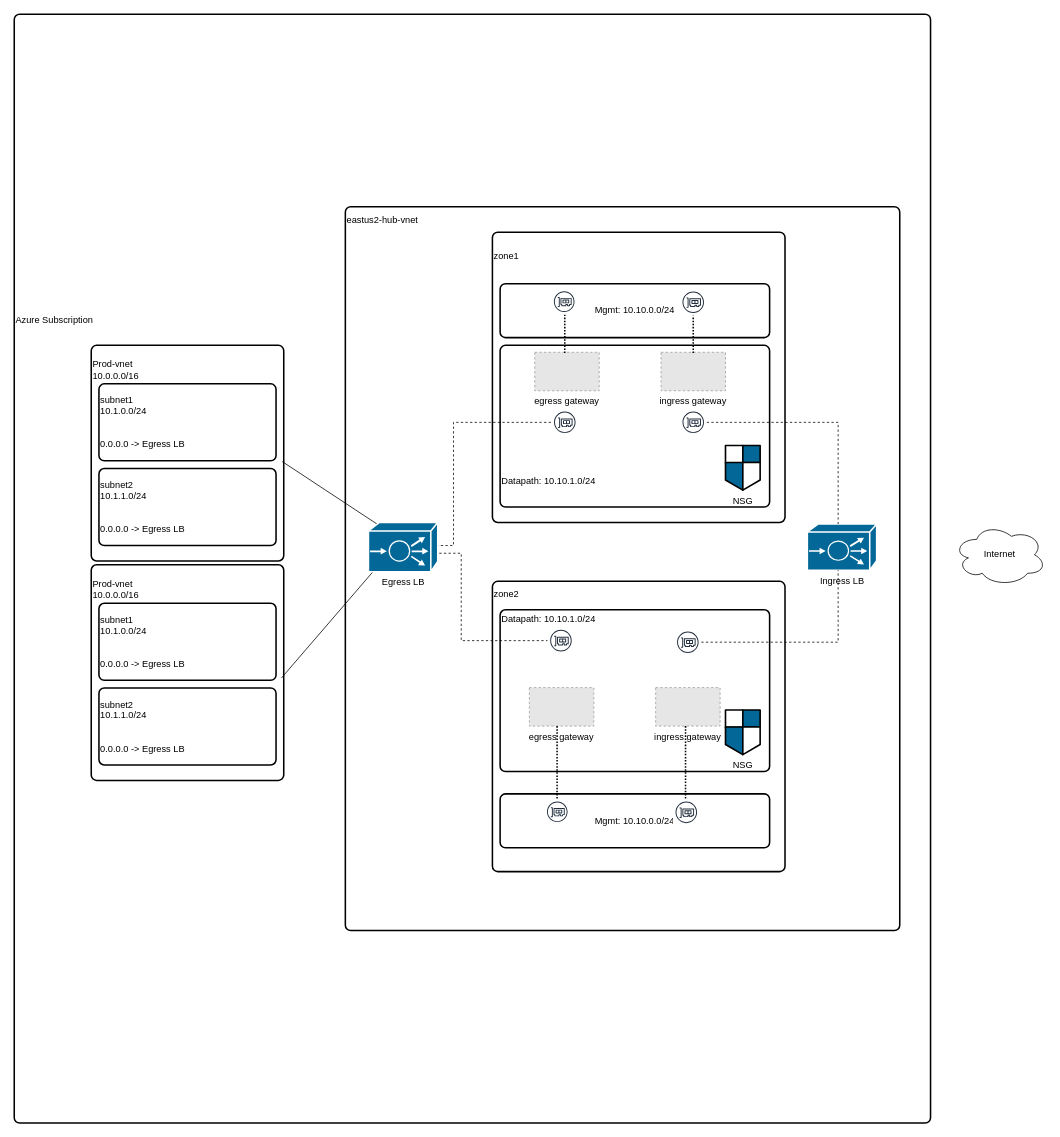
The draw.io diagram page "Azure-v1" (1 of 5) of cisco-mcd-customer-x-v1.drawio in vagner-instructor/topologies, before the edit. Source tidied: cells renumbered, new cells numbered last; positions are measured from the earlier drawing's top-left corner, leaving out a move shared by most shapes. Both pictures are drawn from the tidied source at 77%, with x=0, y=0 at pixel (14, 14). Pictures stored in the file or linked from it are replaced by grey dashed boxes.
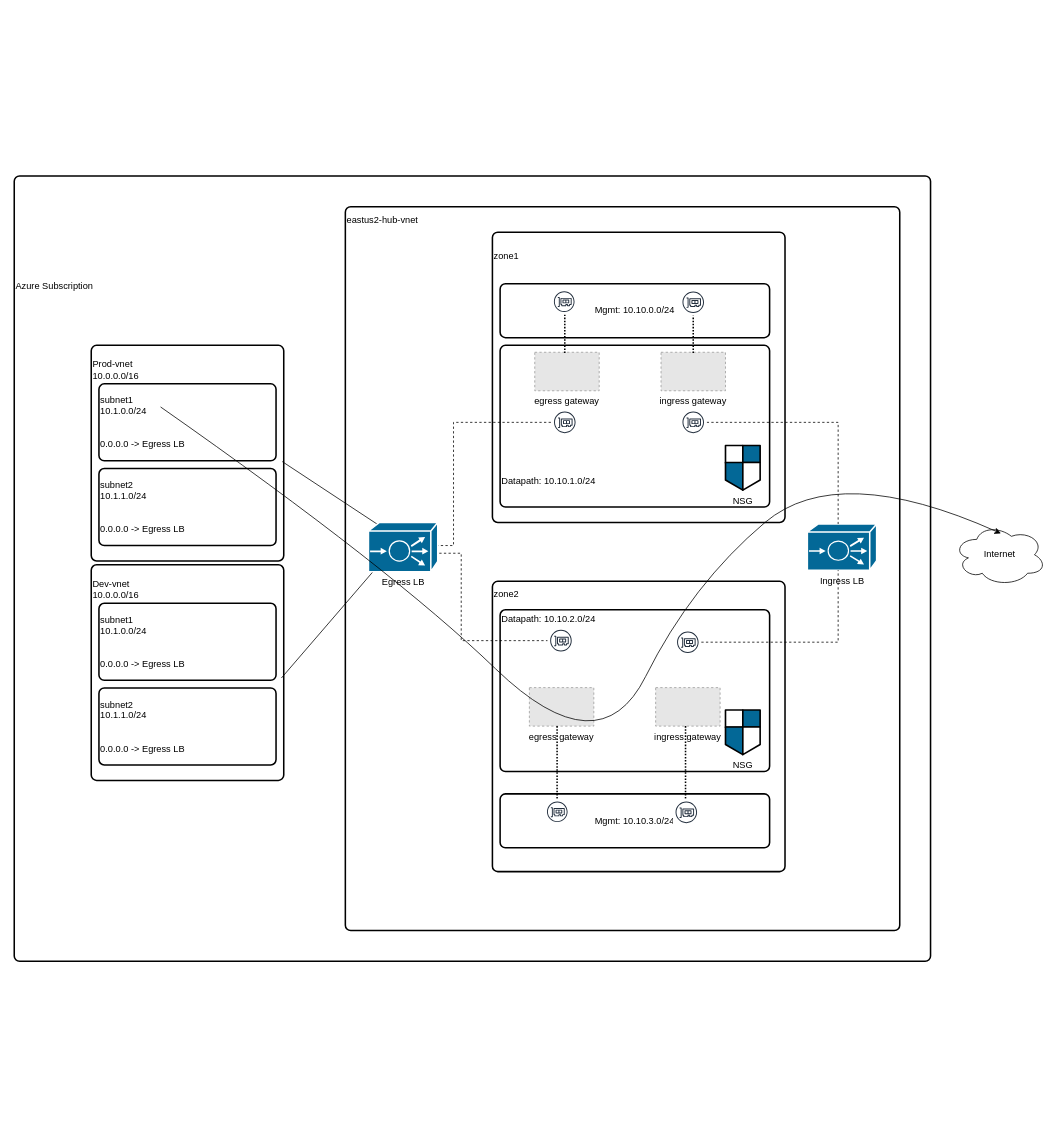
The same page after the edit.

The change refers to these unchanged cells:
```xml
<mxCell id="4" value="subnet1&lt;div&gt;10.1.0.0/24&lt;/div&gt;&lt;div&gt;&lt;br&gt;&lt;/div&gt;&lt;div&gt;&lt;br&gt;&lt;/div&gt;&lt;div&gt;0.0.0.0 -&amp;gt; Egress LB&lt;/div&gt;" style="rounded=1;whiteSpace=wrap;html=1;absoluteArcSize=1;arcSize=14;strokeWidth=2;align=left;" parent="1" vertex="1">
  <mxGeometry x="110" y="480" width="230" height="100" as="geometry" />
</mxCell>
<mxCell id="28" value="Internet" style="ellipse;shape=cloud;whiteSpace=wrap;html=1;" parent="1" vertex="1">
  <mxGeometry x="1220" y="662" width="120" height="80" as="geometry" />
</mxCell>
```

The edit, as a diff of the source:
```diff
@@
-    <mxCell id="2" value="Azure Subscription&lt;div&gt;&lt;br&gt;&lt;/div&gt;&lt;div&gt;&lt;br&gt;&lt;/div&gt;&lt;div&gt;&lt;br&gt;&lt;/div&gt;&lt;div&gt;&lt;br&gt;&lt;/div&gt;&lt;div&gt;&lt;br&gt;&lt;/div&gt;&lt;div&gt;&lt;br&gt;&lt;/div&gt;&lt;div&gt;&lt;br&gt;&lt;/div&gt;&lt;div&gt;&lt;br&gt;&lt;/div&gt;&lt;div&gt;&lt;br&gt;&lt;/div&gt;&lt;div&gt;&lt;br&gt;&lt;/div&gt;&lt;div&gt;&lt;br&gt;&lt;/div&gt;&lt;div&gt;&lt;br&gt;&lt;/div&gt;&lt;div&gt;&lt;br&gt;&lt;/div&gt;&lt;div&gt;&lt;br&gt;&lt;/div&gt;&lt;div&gt;&lt;br&gt;&lt;/div&gt;&lt;div&gt;&lt;br&gt;&lt;/div&gt;&lt;div&gt;&lt;br&gt;&lt;/div&gt;&lt;div&gt;&lt;br&gt;&lt;/div&gt;&lt;div&gt;&lt;br&gt;&lt;/div&gt;&lt;div&gt;&lt;br&gt;&lt;/div&gt;&lt;div&gt;&lt;br&gt;&lt;/div&gt;&lt;div&gt;&lt;br&gt;&lt;/div&gt;&lt;div&gt;&lt;br&gt;&lt;/div&gt;&lt;div&gt;&lt;br&gt;&lt;/div&gt;&lt;div&gt;&lt;br&gt;&lt;/div&gt;&lt;div&gt;&lt;br&gt;&lt;/div&gt;&lt;div&gt;&lt;br&gt;&lt;/div&gt;&lt;div&gt;&lt;br&gt;&lt;/div&gt;&lt;div&gt;&lt;br&gt;&lt;/div&gt;&lt;div&gt;&lt;br&gt;&lt;/div&gt;&lt;div&gt;&lt;br&gt;&lt;/div&gt;&lt;div&gt;&lt;br&gt;&lt;/div&gt;&lt;div&gt;&lt;br&gt;&lt;/div&gt;&lt;div&gt;&lt;br&gt;&lt;/div&gt;&lt;div&gt;&lt;br&gt;&lt;/div&gt;&lt;div&gt;&lt;br&gt;&lt;/div&gt;&lt;div&gt;&lt;br&gt;&lt;/div&gt;&lt;div&gt;&lt;br&gt;&lt;/div&gt;&lt;div&gt;&lt;br&gt;&lt;/div&gt;&lt;div&gt;&lt;br&gt;&lt;/div&gt;&lt;div&gt;&lt;br&gt;&lt;/div&gt;&lt;div&gt;&lt;br&gt;&lt;/div&gt;&lt;div&gt;&lt;br&gt;&lt;/div&gt;&lt;div&gt;&lt;br&gt;&lt;/div&gt;&lt;div&gt;&lt;br&gt;&lt;/div&gt;" style="rounded=1;whiteSpace=wrap;html=1;absoluteArcSize=1;arcSize=14;strokeWidth=2;align=left;" parent="1" vertex="1">
-      <mxGeometry width="1190" height="1440" as="geometry" />
+    <mxCell id="2" value="Azure Subscription&lt;div&gt;&lt;br&gt;&lt;/div&gt;&lt;div&gt;&lt;br&gt;&lt;/div&gt;&lt;div&gt;&lt;br&gt;&lt;/div&gt;&lt;div&gt;&lt;br&gt;&lt;/div&gt;&lt;div&gt;&lt;br&gt;&lt;/div&gt;&lt;div&gt;&lt;br&gt;&lt;/div&gt;&lt;div&gt;&lt;br&gt;&lt;/div&gt;&lt;div&gt;&lt;br&gt;&lt;/div&gt;&lt;div&gt;&lt;br&gt;&lt;/div&gt;&lt;div&gt;&lt;br&gt;&lt;/div&gt;&lt;div&gt;&lt;br&gt;&lt;/div&gt;&lt;div&gt;&lt;br&gt;&lt;/div&gt;&lt;div&gt;&lt;br&gt;&lt;/div&gt;&lt;div&gt;&lt;br&gt;&lt;/div&gt;&lt;div&gt;&lt;br&gt;&lt;/div&gt;&lt;div&gt;&lt;br&gt;&lt;/div&gt;&lt;div&gt;&lt;br&gt;&lt;/div&gt;&lt;div&gt;&lt;br&gt;&lt;/div&gt;&lt;div&gt;&lt;br&gt;&lt;/div&gt;&lt;div&gt;&lt;br&gt;&lt;/div&gt;&lt;div&gt;&lt;br&gt;&lt;/div&gt;&lt;div&gt;&lt;br&gt;&lt;/div&gt;&lt;div&gt;&lt;br&gt;&lt;/div&gt;&lt;div&gt;&lt;br&gt;&lt;/div&gt;&lt;div&gt;&lt;br&gt;&lt;/div&gt;&lt;div&gt;&lt;br&gt;&lt;/div&gt;&lt;div&gt;&lt;br&gt;&lt;/div&gt;&lt;div&gt;&lt;br&gt;&lt;/div&gt;&lt;div&gt;&lt;br&gt;&lt;/div&gt;&lt;div&gt;&lt;br&gt;&lt;/div&gt;&lt;div&gt;&lt;br&gt;&lt;/div&gt;&lt;div&gt;&lt;br&gt;&lt;/div&gt;&lt;div&gt;&lt;br&gt;&lt;/div&gt;&lt;div&gt;&lt;br&gt;&lt;/div&gt;&lt;div&gt;&lt;br&gt;&lt;/div&gt;&lt;div&gt;&lt;br&gt;&lt;/div&gt;&lt;div&gt;&lt;br&gt;&lt;/div&gt;&lt;div&gt;&lt;br&gt;&lt;/div&gt;&lt;div&gt;&lt;br&gt;&lt;/div&gt;&lt;div&gt;&lt;br&gt;&lt;/div&gt;&lt;div&gt;&lt;br&gt;&lt;/div&gt;&lt;div&gt;&lt;br&gt;&lt;/div&gt;&lt;div&gt;&lt;br&gt;&lt;/div&gt;&lt;div&gt;&lt;br&gt;&lt;/div&gt;&lt;div&gt;&lt;br&gt;&lt;/div&gt;&lt;div&gt;&lt;br&gt;&lt;/div&gt;&lt;div&gt;&lt;br&gt;&lt;/div&gt;&lt;div&gt;&lt;br&gt;&lt;/div&gt;&lt;div&gt;&lt;br&gt;&lt;/div&gt;&lt;div&gt;&lt;br&gt;&lt;/div&gt;&lt;div&gt;&lt;br&gt;&lt;/div&gt;" style="rounded=1;whiteSpace=wrap;html=1;absoluteArcSize=1;arcSize=14;strokeWidth=2;align=left;" parent="1" vertex="1">
+      <mxGeometry y="210" width="1190" height="1020" as="geometry" />
     </mxCell>
@@
-    <mxCell id="6" value="Prod-vnet&lt;div&gt;10.0.0.0/16&lt;/div&gt;&lt;div&gt;&lt;br&gt;&lt;/div&gt;&lt;div&gt;&lt;br&gt;&lt;/div&gt;&lt;div&gt;&lt;br&gt;&lt;/div&gt;&lt;div&gt;&lt;br&gt;&lt;/div&gt;&lt;div&gt;&lt;br&gt;&lt;/div&gt;&lt;div&gt;&amp;nbsp;&lt;/div&gt;&lt;div style=&quot;&quot;&gt;&lt;br&gt;&lt;/div&gt;&lt;div style=&quot;&quot;&gt;&lt;br&gt;&lt;/div&gt;&lt;div style=&quot;&quot;&gt;&lt;br&gt;&lt;/div&gt;&lt;div style=&quot;&quot;&gt;&lt;br&gt;&lt;/div&gt;&lt;div style=&quot;&quot;&gt;&lt;br&gt;&lt;/div&gt;&lt;div style=&quot;&quot;&gt;&lt;br&gt;&lt;/div&gt;&lt;div style=&quot;&quot;&gt;&lt;br&gt;&lt;/div&gt;&lt;div style=&quot;&quot;&gt;&lt;br&gt;&lt;/div&gt;&lt;div style=&quot;&quot;&gt;&lt;br&gt;&lt;/div&gt;" style="rounded=1;whiteSpace=wrap;html=1;absoluteArcSize=1;arcSize=14;strokeWidth=2;align=left;" parent="1" vertex="1">
+    <mxCell id="6" value="Dev-vnet&lt;div&gt;10.0.0.0/16&lt;/div&gt;&lt;div&gt;&lt;br&gt;&lt;/div&gt;&lt;div&gt;&lt;br&gt;&lt;/div&gt;&lt;div&gt;&lt;br&gt;&lt;/div&gt;&lt;div&gt;&lt;br&gt;&lt;/div&gt;&lt;div&gt;&lt;br&gt;&lt;/div&gt;&lt;div&gt;&amp;nbsp;&lt;/div&gt;&lt;div style=&quot;&quot;&gt;&lt;br&gt;&lt;/div&gt;&lt;div style=&quot;&quot;&gt;&lt;br&gt;&lt;/div&gt;&lt;div style=&quot;&quot;&gt;&lt;br&gt;&lt;/div&gt;&lt;div style=&quot;&quot;&gt;&lt;br&gt;&lt;/div&gt;&lt;div style=&quot;&quot;&gt;&lt;br&gt;&lt;/div&gt;&lt;div style=&quot;&quot;&gt;&lt;br&gt;&lt;/div&gt;&lt;div style=&quot;&quot;&gt;&lt;br&gt;&lt;/div&gt;&lt;div style=&quot;&quot;&gt;&lt;br&gt;&lt;/div&gt;&lt;div style=&quot;&quot;&gt;&lt;br&gt;&lt;/div&gt;" style="rounded=1;whiteSpace=wrap;html=1;absoluteArcSize=1;arcSize=14;strokeWidth=2;align=left;" parent="1" vertex="1">
       <mxGeometry x="100" y="715" width="250" height="280" as="geometry" />
     </mxCell>
@@
-    <mxCell id="30" value="Mgmt: 10.10.0.0/24" style="rounded=1;whiteSpace=wrap;html=1;absoluteArcSize=1;arcSize=14;strokeWidth=2;" parent="1" vertex="1">
+    <mxCell id="30" value="Mgmt: 10.10.3.0/24" style="rounded=1;whiteSpace=wrap;html=1;absoluteArcSize=1;arcSize=14;strokeWidth=2;" parent="1" vertex="1">
       <mxGeometry x="631" y="1012.5" width="350" height="70" as="geometry" />
     </mxCell>
-    <mxCell id="31" value="&lt;div&gt;&lt;br&gt;&lt;/div&gt;&lt;div&gt;&lt;br&gt;&lt;/div&gt;&lt;div&gt;&lt;br&gt;&lt;/div&gt;&lt;div&gt;&lt;br&gt;&lt;/div&gt;&lt;div&gt;&lt;br&gt;&lt;/div&gt;&lt;div&gt;&lt;br&gt;&lt;/div&gt;&lt;div&gt;&lt;br&gt;&lt;/div&gt;&lt;div&gt;&lt;br&gt;&lt;/div&gt;&lt;div&gt;&lt;br&gt;&lt;/div&gt;&lt;div&gt;&lt;span style=&quot;background-color: initial;&quot;&gt;Datapath: 10.10.&lt;/span&gt;&lt;span style=&quot;background-color: initial;&quot;&gt;1.0/24&lt;/span&gt;&lt;br&gt;&lt;/div&gt;&lt;div&gt;&lt;span style=&quot;background-color: initial;&quot;&gt;&lt;br&gt;&lt;/span&gt;&lt;/div&gt;&lt;div&gt;&lt;span style=&quot;background-color: initial;&quot;&gt;&lt;br&gt;&lt;/span&gt;&lt;/div&gt;&lt;div&gt;&lt;span style=&quot;background-color: initial;&quot;&gt;&lt;br&gt;&lt;/span&gt;&lt;/div&gt;&lt;div&gt;&lt;span style=&quot;background-color: initial;&quot;&gt;&lt;br&gt;&lt;/span&gt;&lt;/div&gt;&lt;div&gt;&lt;span style=&quot;background-color: initial;&quot;&gt;&lt;br&gt;&lt;/span&gt;&lt;/div&gt;&lt;div&gt;&lt;span style=&quot;background-color: initial;&quot;&gt;&lt;br&gt;&lt;/span&gt;&lt;/div&gt;&lt;div&gt;&lt;span style=&quot;background-color: initial;&quot;&gt;&lt;br&gt;&lt;/span&gt;&lt;/div&gt;&lt;div&gt;&lt;span style=&quot;background-color: initial;&quot;&gt;&lt;br&gt;&lt;/span&gt;&lt;/div&gt;&lt;div&gt;&lt;span style=&quot;background-color: initial;&quot;&gt;&lt;br&gt;&lt;/span&gt;&lt;/div&gt;&lt;div&gt;&lt;span style=&quot;background-color: initial;&quot;&gt;&lt;br&gt;&lt;/span&gt;&lt;/div&gt;&lt;div&gt;&lt;span style=&quot;background-color: initial;&quot;&gt;&lt;br&gt;&lt;/span&gt;&lt;/div&gt;&lt;div&gt;&lt;span style=&quot;background-color: initial;&quot;&gt;&lt;br&gt;&lt;/span&gt;&lt;/div&gt;&lt;div&gt;&lt;span style=&quot;background-color: initial;&quot;&gt;&lt;br&gt;&lt;/span&gt;&lt;/div&gt;&lt;div&gt;&lt;span style=&quot;background-color: initial;&quot;&gt;&lt;br&gt;&lt;/span&gt;&lt;/div&gt;&lt;div&gt;&lt;span style=&quot;background-color: initial;&quot;&gt;&lt;br&gt;&lt;/span&gt;&lt;/div&gt;&lt;div&gt;&lt;span style=&quot;background-color: initial;&quot;&gt;&lt;br&gt;&lt;/span&gt;&lt;/div&gt;&lt;div&gt;&lt;span style=&quot;background-color: initial;&quot;&gt;&lt;br&gt;&lt;/span&gt;&lt;/div&gt;&lt;div&gt;&lt;span style=&quot;background-color: initial;&quot;&gt;&lt;br&gt;&lt;/span&gt;&lt;/div&gt;&lt;div&gt;&lt;span style=&quot;background-color: initial;&quot;&gt;&lt;br&gt;&lt;/span&gt;&lt;/div&gt;&lt;div&gt;&lt;span style=&quot;background-color: initial;&quot;&gt;&lt;br&gt;&lt;/span&gt;&lt;/div&gt;&lt;div&gt;&lt;span style=&quot;background-color: initial;&quot;&gt;&lt;br&gt;&lt;/span&gt;&lt;/div&gt;&lt;div&gt;&lt;span style=&quot;background-color: initial;&quot;&gt;&lt;br&gt;&lt;/span&gt;&lt;/div&gt;" style="rounded=1;whiteSpace=wrap;html=1;absoluteArcSize=1;arcSize=14;strokeWidth=2;align=left;" parent="1" vertex="1">
+    <mxCell id="31" value="&lt;div&gt;&lt;br&gt;&lt;/div&gt;&lt;div&gt;&lt;br&gt;&lt;/div&gt;&lt;div&gt;&lt;br&gt;&lt;/div&gt;&lt;div&gt;&lt;br&gt;&lt;/div&gt;&lt;div&gt;&lt;br&gt;&lt;/div&gt;&lt;div&gt;&lt;br&gt;&lt;/div&gt;&lt;div&gt;&lt;br&gt;&lt;/div&gt;&lt;div&gt;&lt;br&gt;&lt;/div&gt;&lt;div&gt;&lt;br&gt;&lt;/div&gt;&lt;div&gt;&lt;span style=&quot;background-color: initial;&quot;&gt;Datapath: 10.10.2&lt;/span&gt;&lt;span style=&quot;background-color: initial;&quot;&gt;.0/24&lt;/span&gt;&lt;br&gt;&lt;/div&gt;&lt;div&gt;&lt;span style=&quot;background-color: initial;&quot;&gt;&lt;br&gt;&lt;/span&gt;&lt;/div&gt;&lt;div&gt;&lt;span style=&quot;background-color: initial;&quot;&gt;&lt;br&gt;&lt;/span&gt;&lt;/div&gt;&lt;div&gt;&lt;span style=&quot;background-color: initial;&quot;&gt;&lt;br&gt;&lt;/span&gt;&lt;/div&gt;&lt;div&gt;&lt;span style=&quot;background-color: initial;&quot;&gt;&lt;br&gt;&lt;/span&gt;&lt;/div&gt;&lt;div&gt;&lt;span style=&quot;background-color: initial;&quot;&gt;&lt;br&gt;&lt;/span&gt;&lt;/div&gt;&lt;div&gt;&lt;span style=&quot;background-color: initial;&quot;&gt;&lt;br&gt;&lt;/span&gt;&lt;/div&gt;&lt;div&gt;&lt;span style=&quot;background-color: initial;&quot;&gt;&lt;br&gt;&lt;/span&gt;&lt;/div&gt;&lt;div&gt;&lt;span style=&quot;background-color: initial;&quot;&gt;&lt;br&gt;&lt;/span&gt;&lt;/div&gt;&lt;div&gt;&lt;span style=&quot;background-color: initial;&quot;&gt;&lt;br&gt;&lt;/span&gt;&lt;/div&gt;&lt;div&gt;&lt;span style=&quot;background-color: initial;&quot;&gt;&lt;br&gt;&lt;/span&gt;&lt;/div&gt;&lt;div&gt;&lt;span style=&quot;background-color: initial;&quot;&gt;&lt;br&gt;&lt;/span&gt;&lt;/div&gt;&lt;div&gt;&lt;span style=&quot;background-color: initial;&quot;&gt;&lt;br&gt;&lt;/span&gt;&lt;/div&gt;&lt;div&gt;&lt;span style=&quot;background-color: initial;&quot;&gt;&lt;br&gt;&lt;/span&gt;&lt;/div&gt;&lt;div&gt;&lt;span style=&quot;background-color: initial;&quot;&gt;&lt;br&gt;&lt;/span&gt;&lt;/div&gt;&lt;div&gt;&lt;span style=&quot;background-color: initial;&quot;&gt;&lt;br&gt;&lt;/span&gt;&lt;/div&gt;&lt;div&gt;&lt;span style=&quot;background-color: initial;&quot;&gt;&lt;br&gt;&lt;/span&gt;&lt;/div&gt;&lt;div&gt;&lt;span style=&quot;background-color: initial;&quot;&gt;&lt;br&gt;&lt;/span&gt;&lt;/div&gt;&lt;div&gt;&lt;span style=&quot;background-color: initial;&quot;&gt;&lt;br&gt;&lt;/span&gt;&lt;/div&gt;&lt;div&gt;&lt;span style=&quot;background-color: initial;&quot;&gt;&lt;br&gt;&lt;/span&gt;&lt;/div&gt;&lt;div&gt;&lt;span style=&quot;background-color: initial;&quot;&gt;&lt;br&gt;&lt;/span&gt;&lt;/div&gt;&lt;div&gt;&lt;span style=&quot;background-color: initial;&quot;&gt;&lt;br&gt;&lt;/span&gt;&lt;/div&gt;&lt;div&gt;&lt;span style=&quot;background-color: initial;&quot;&gt;&lt;br&gt;&lt;/span&gt;&lt;/div&gt;" style="rounded=1;whiteSpace=wrap;html=1;absoluteArcSize=1;arcSize=14;strokeWidth=2;align=left;" parent="1" vertex="1">
       <mxGeometry x="631" y="773.5" width="350" height="210" as="geometry" />
     </mxCell>
@@
+    <mxCell id="43" style="curved=1;endArrow=classic;html=1;rounded=0;exitX=0.348;exitY=0.3;exitDx=0;exitDy=0;exitPerimeter=0;entryX=0.512;entryY=0.154;entryDx=0;entryDy=0;entryPerimeter=0;" parent="1" edge="1" source="4" target="28">
+      <mxGeometry relative="1" as="geometry">
+        <Array as="points">
+          <mxPoint x="490" y="720" />
+          <mxPoint x="760" y="980" />
+          <mxPoint x="880" y="740" />
+          <mxPoint x="1070" y="580" />
+        </Array>
+      </mxGeometry>
+    </mxCell>
```
